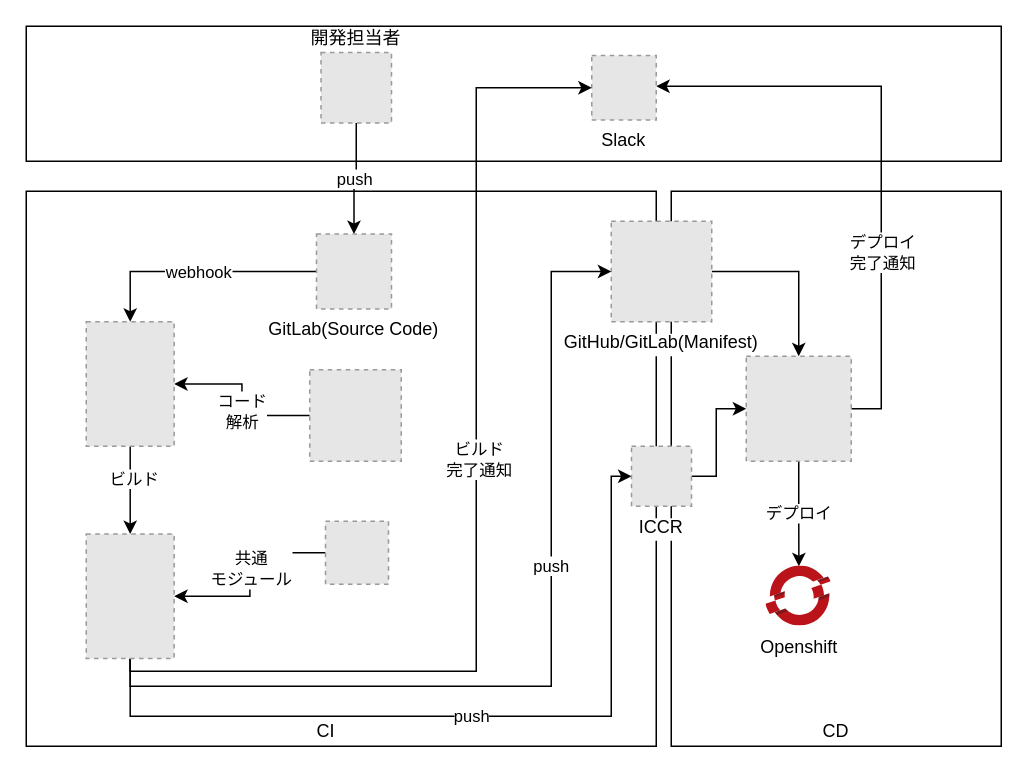
This is btfly.drawio from hongzhen-wang1/dspbank-api-test, a draw.io file, before an edit. Source tidied: cells renumbered, new cells numbered last; positions are measured from the earlier drawing's top-left corner, leaving out a move shared by most shapes. Both pictures are drawn from the tidied source at 150%, with x=0, y=0 at pixel (26, 26). Pictures stored in the file or linked from it are replaced by grey dashed boxes.
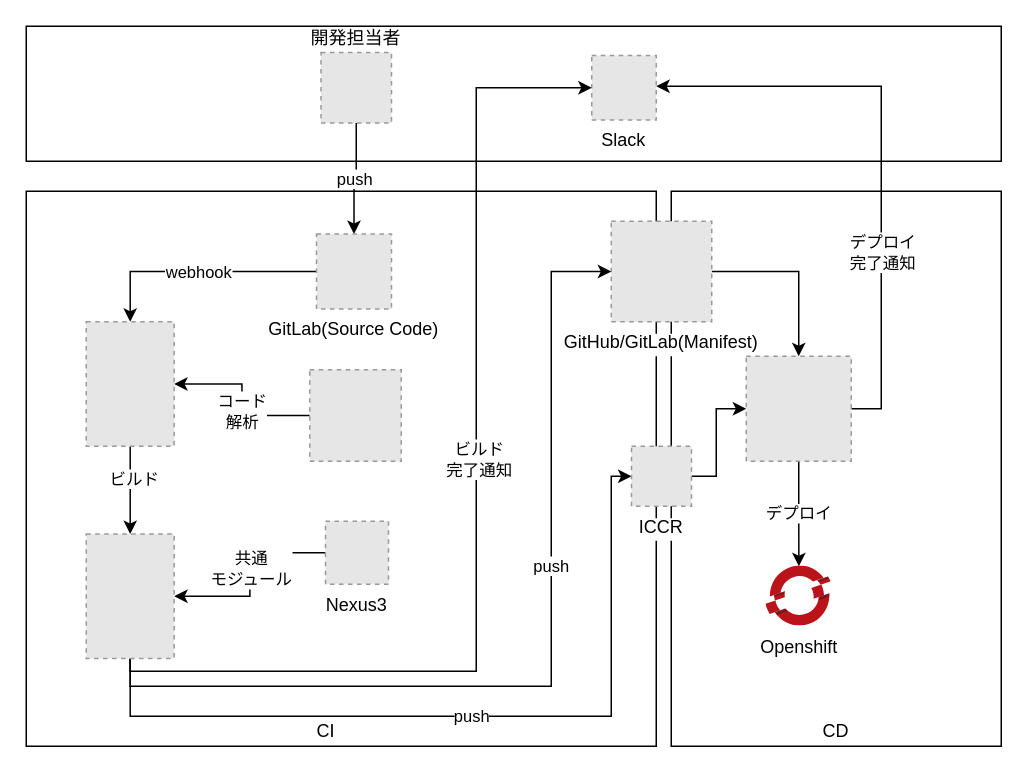
After the change.

Diff of the diagram source:
```diff
@@
-    <mxCell id="24" style="fillColor=#E6E6E6;strokeColor=#999999;dashed=1;verticalLabelPosition=bottom;labelBackgroundColor=#ffffff;verticalAlign=top;" parent="1" vertex="1">
+    <mxCell id="24" value="Nexus3" style="fillColor=#E6E6E6;strokeColor=#999999;dashed=1;verticalLabelPosition=bottom;labelBackgroundColor=#ffffff;verticalAlign=top;" parent="1" vertex="1">
       <mxGeometry x="199.5" y="330" width="42" height="42" as="geometry" />
     </mxCell>
```
